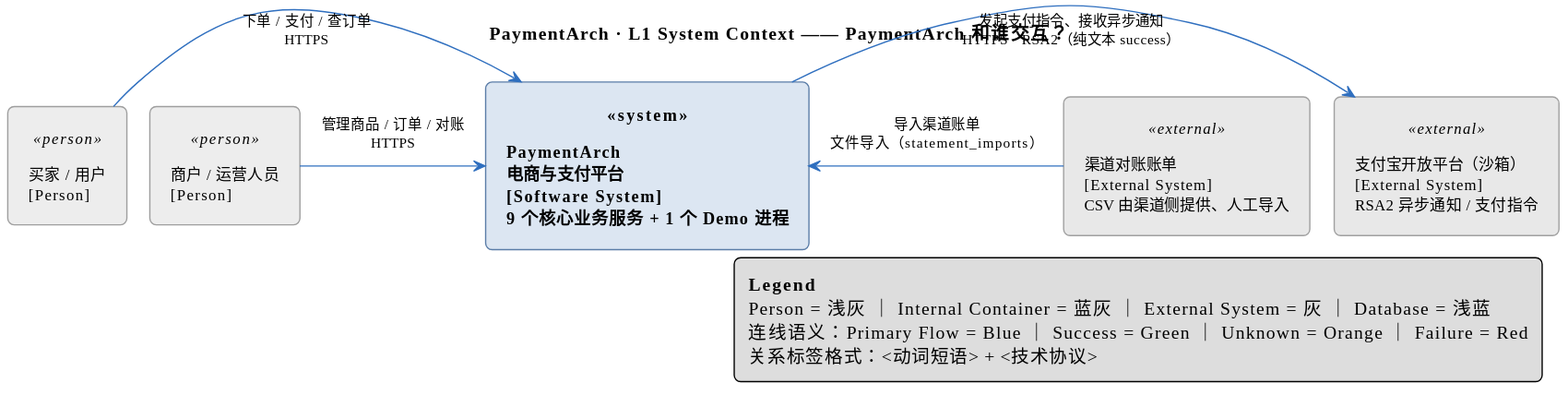
ckcky/Payment keeps this PlantUML diagram as docs/architecture/diagrams/01-system-context.svg. Above is the earlier version. Its diagram source:
```plantuml
@startuml
!pragma layout smetana

title PaymentArch · L1 System Context —— PaymentArch 和谁交互？

skinparam shadowing false
skinparam defaultFontName "Microsoft YaHei"
skinparam ArrowColor #2F6FBF
skinparam ArrowThickness 1
skinparam ArrowFontSize 11
skinparam Padding 6
skinparam Linetype ortho
skinparam roundcorner 10

skinparam rectangle<<person>> {
  BackgroundColor #EDEDED
  BorderColor #9E9E9E
  BorderThickness 1
  FontSize 12
}
skinparam rectangle<<system>> {
  BackgroundColor #DCE6F2
  BorderColor #5B7DA8
  BorderThickness 1
  FontSize 13
  FontStyle bold
}
skinparam rectangle<<external>> {
  BackgroundColor #E8E8E8
  BorderColor #A0A0A0
  BorderThickness 1
  FontSize 12
}

rectangle "买家 / 用户\n[Person]" as Buyer <<person>>
rectangle "商户 / 运营人员\n[Person]" as Ops <<person>>

rectangle "PaymentArch\n电商与支付平台\n[Software System]\n9 个核心业务服务 + 1 个 Demo 进程" as SYS <<system>>

rectangle "支付宝开放平台（沙箱）\n[External System]\nRSA2 异步通知 / 支付指令" as Alipay <<external>>
rectangle "渠道对账账单\n[External System]\nCSV 由渠道侧提供、人工导入" as Stmt <<external>>

Buyer -r-> SYS : 下单 / 支付 / 查订单\nHTTPS
Ops -r-> SYS : 管理商品 / 订单 / 对账\nHTTPS
SYS -r-> Alipay : 发起支付指令、接收异步通知\nHTTPS · RSA2（纯文本 success）
Stmt -l-> SYS : 导入渠道账单\n文件导入（statement_imports）

legend right
  **Legend**
  Person = 浅灰 ｜ Internal Container = 蓝灰 ｜ External System = 灰 ｜ Database = 浅蓝
  连线语义：Primary Flow = Blue ｜ Success = Green ｜ Unknown = Orange ｜ Failure = Red
  关系标签格式：<动词短语> + <技术协议>
endlegend
@enduml
```
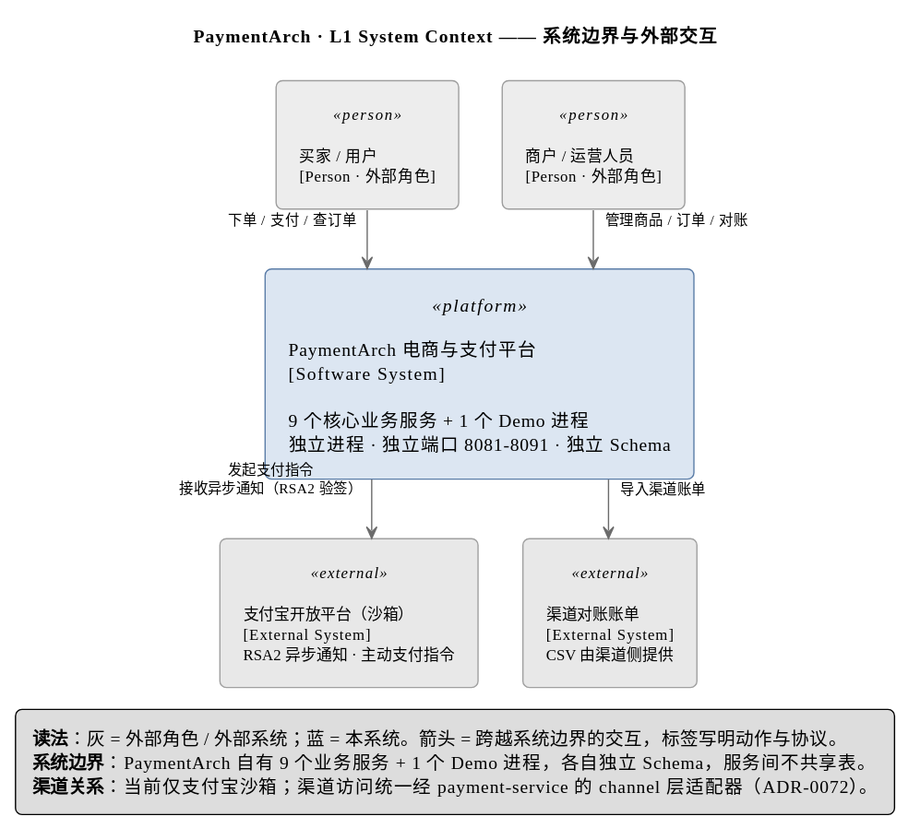
Later version of the same file.

What changed in the source:
```diff
@@ -1,54 +1,54 @@
 @startuml
-!pragma layout smetana
 
-title PaymentArch · L1 System Context —— PaymentArch 和谁交互？
+title PaymentArch · L1 System Context —— 系统边界与外部交互
 
 skinparam shadowing false
 skinparam defaultFontName "Microsoft YaHei"
-skinparam ArrowColor #2F6FBF
+skinparam ArrowColor #6B6B6B
 skinparam ArrowThickness 1
 skinparam ArrowFontSize 11
-skinparam Padding 6
+skinparam Padding 8
+skinparam Nodesep 34
+skinparam Ranksep 46
 skinparam Linetype ortho
 skinparam roundcorner 10
 
+skinparam rectangle {
+  BorderThickness 1
+  FontSize 12
+}
 skinparam rectangle<<person>> {
   BackgroundColor #EDEDED
   BorderColor #9E9E9E
-  BorderThickness 1
-  FontSize 12
 }
-skinparam rectangle<<system>> {
+skinparam rectangle<<platform>> {
   BackgroundColor #DCE6F2
   BorderColor #5B7DA8
-  BorderThickness 1
-  FontSize 13
-  FontStyle bold
+  FontSize 14
 }
 skinparam rectangle<<external>> {
   BackgroundColor #E8E8E8
   BorderColor #A0A0A0
-  BorderThickness 1
-  FontSize 12
 }
 
-rectangle "买家 / 用户\n[Person]" as Buyer <<person>>
-rectangle "商户 / 运营人员\n[Person]" as Ops <<person>>
+rectangle "买家 / 用户\n[Person · 外部角色]" as U <<person>>
+rectangle "商户 / 运营人员\n[Person · 外部角色]" as OPS <<person>>
+U -[hidden]right- OPS
 
-rectangle "PaymentArch\n电商与支付平台\n[Software System]\n9 个核心业务服务 + 1 个 Demo 进程" as SYS <<system>>
+rectangle "PaymentArch 电商与支付平台\n[Software System]\n\n9 个核心业务服务 + 1 个 Demo 进程\n独立进程 · 独立端口 8081-8091 · 独立 Schema" as SYS <<platform>>
 
-rectangle "支付宝开放平台（沙箱）\n[External System]\nRSA2 异步通知 / 支付指令" as Alipay <<external>>
-rectangle "渠道对账账单\n[External System]\nCSV 由渠道侧提供、人工导入" as Stmt <<external>>
+rectangle "支付宝开放平台（沙箱）\n[External System]\nRSA2 异步通知 · 主动支付指令" as ALI <<external>>
+rectangle "渠道对账账单\n[External System]\nCSV 由渠道侧提供" as ST <<external>>
+ALI -[hidden]right- ST
 
-Buyer -r-> SYS : 下单 / 支付 / 查订单\nHTTPS
-Ops -r-> SYS : 管理商品 / 订单 / 对账\nHTTPS
-SYS -r-> Alipay : 发起支付指令、接收异步通知\nHTTPS · RSA2（纯文本 success）
-Stmt -l-> SYS : 导入渠道账单\n文件导入（statement_imports）
+U --> SYS : 下单 / 支付 / 查订单
+OPS --> SYS : 管理商品 / 订单 / 对账
+SYS --> ALI : 发起支付指令\n接收异步通知（RSA2 验签）
+SYS --> ST : 导入渠道账单
 
-legend right
-  **Legend**
-  Person = 浅灰 ｜ Internal Container = 蓝灰 ｜ External System = 灰 ｜ Database = 浅蓝
-  连线语义：Primary Flow = Blue ｜ Success = Green ｜ Unknown = Orange ｜ Failure = Red
-  关系标签格式：<动词短语> + <技术协议>
+legend bottom
+  **读法**：灰 = 外部角色 / 外部系统；蓝 = 本系统。箭头 = 跨越系统边界的交互，标签写明动作与协议。
+  **系统边界**：PaymentArch 自有 9 个业务服务 + 1 个 Demo 进程，各自独立 Schema，服务间不共享表。
+  **渠道关系**：当前仅支付宝沙箱；渠道访问统一经 payment-service 的 channel 层适配器（ADR-0072）。
 endlegend
 @enduml
```
